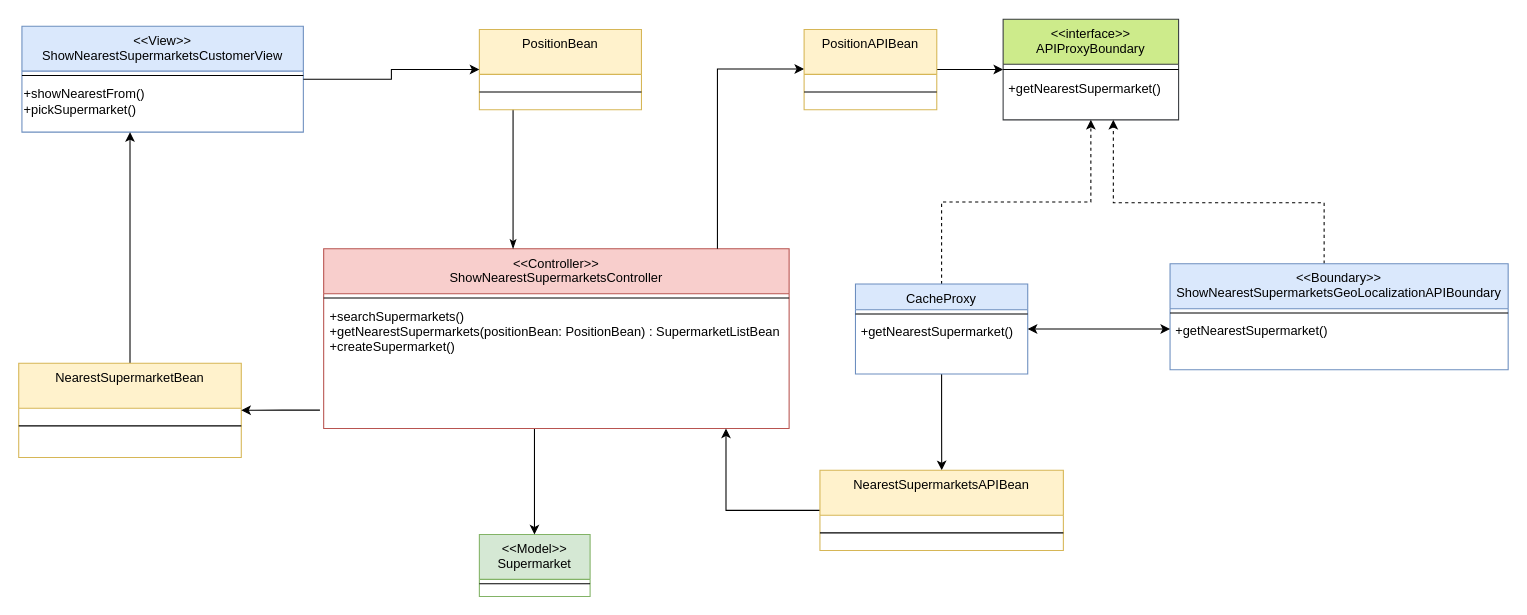
This is docx&pdf/ClassDiagram_BCE/DESIGN_ShowNearestSupermarket.drawio from FredHats99/HealthyCart, a draw.io file, before an edit. Source tidied: cells renumbered, new cells numbered last; positions are measured from the earlier drawing's top-left corner, leaving out a move shared by most shapes. Both pictures are drawn from the tidied source at 107%, with x=0, y=0 at pixel (18, 18).
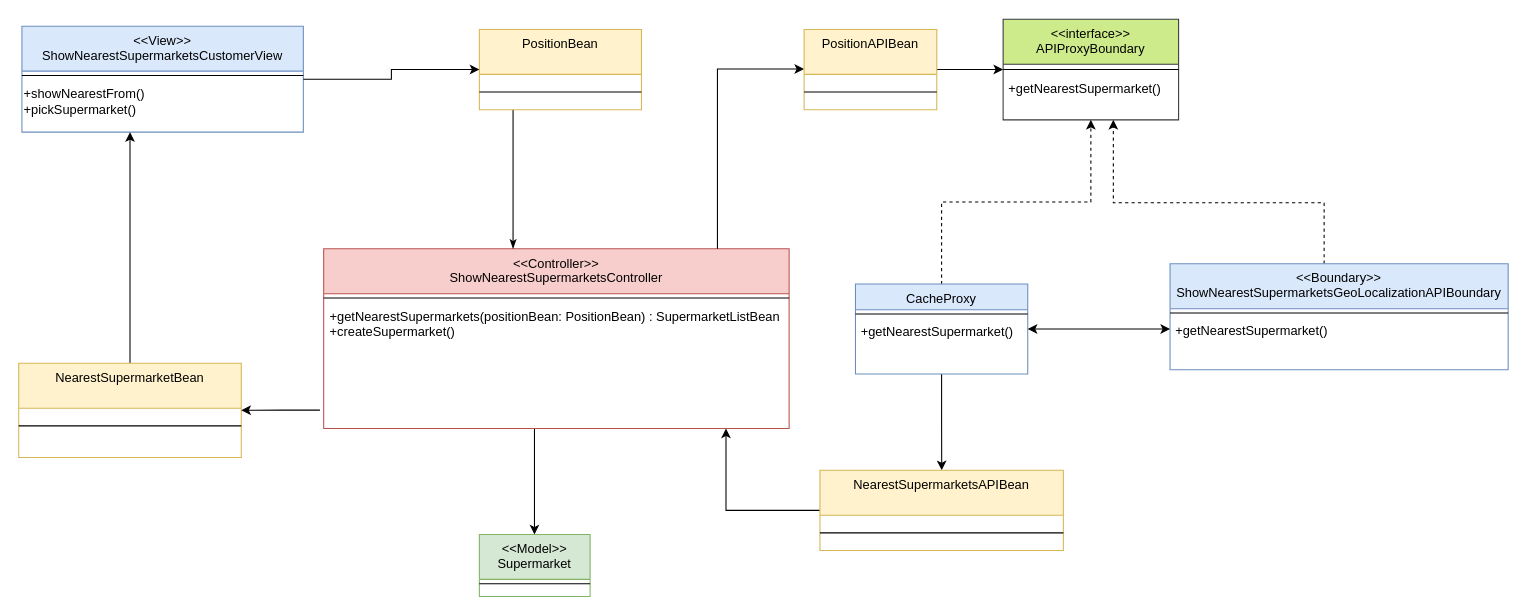
The same diagram, later.

Unchanged cells that the change refers to:
```xml
<mxCell id="5" value="&lt;&lt;Controller&gt;&gt;&#10;ShowNearestSupermarketsController&#10;" style="swimlane;fontStyle=0;align=center;verticalAlign=top;horizontal=1;startSize=42;rounded=0;shadow=0;strokeWidth=1;fillColor=#f8cecc;strokeColor=#b85450;" parent="1" vertex="1">
  <mxGeometry x="285" y="215" width="435" height="168" as="geometry" />
</mxCell>
```

What changed in the source:
```diff
@@
-    <mxCell id="7" value="+searchSupermarkets()&#10;+getNearestSupermarkets(positionBean: PositionBean) : SupermarketListBean&#10;+createSupermarket()&#10;" style="text;align=left;verticalAlign=top;spacingLeft=4;spacingRight=4;overflow=hidden;points=[[0,0.5],[1,0.5]];portConstraint=eastwest;" parent="5" vertex="1">
+    <mxCell id="7" value="+getNearestSupermarkets(positionBean: PositionBean) : SupermarketListBean&#10;+createSupermarket()&#10;" style="text;align=left;verticalAlign=top;spacingLeft=4;spacingRight=4;overflow=hidden;points=[[0,0.5],[1,0.5]];portConstraint=eastwest;" parent="5" vertex="1">
       <mxGeometry y="50" width="435" height="118" as="geometry" />
     </mxCell>
```
